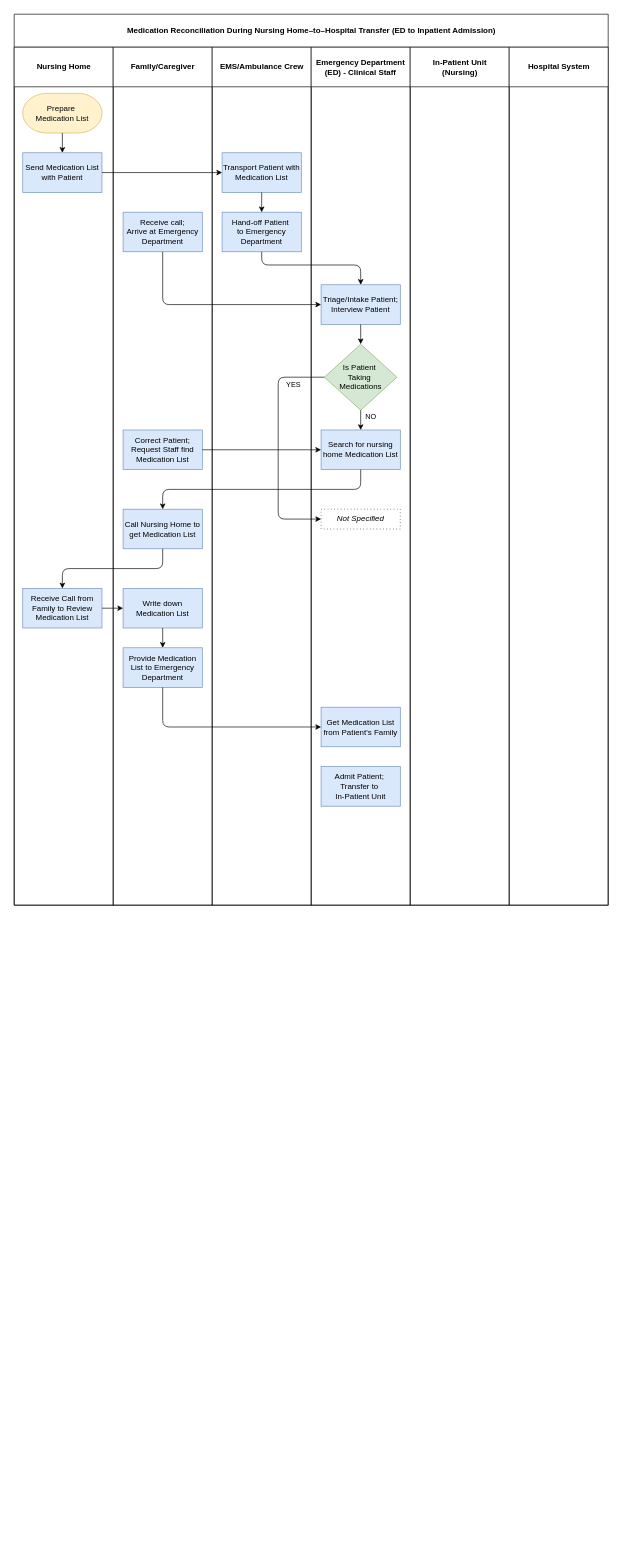
Before: Process Chart.drawio in melmirasol/Case-Problem-6.2, a draw.io diagram. Source tidied: cells renumbered, new cells numbered last; positions are measured from the earlier drawing's top-left corner, leaving out a move shared by most shapes. Both pictures are drawn from the tidied source at 66%, with x=0, y=0 at pixel (14, 14).
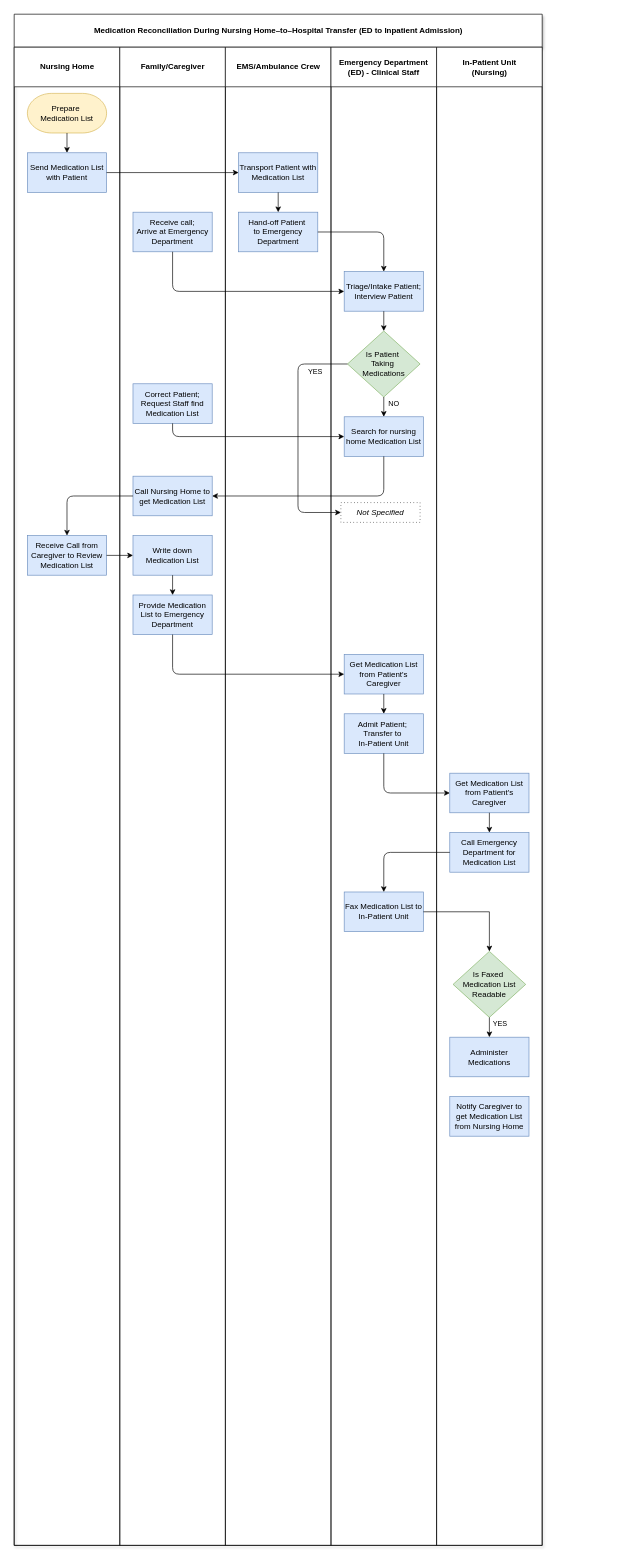
The same page after the edit.

Diff of the diagram source:
```diff
@@
-    <mxCell id="2" value="Medication Reconciliation During Nursing Home–to–Hospital Transfer (ED to Inpatient Admission)" style="swimlane;startSize=50;html=1;" parent="1" vertex="1">
-      <mxGeometry width="900" height="1350" as="geometry" />
+    <mxCell id="2" value="Medication Reconciliation During Nursing Home–to–Hospital Transfer (ED to Inpatient Admission)" style="swimlane;startSize=50;html=1;shadow=1;" parent="1" vertex="1">
+      <mxGeometry width="800" height="2320" as="geometry" />
     </mxCell>
     <mxCell id="3" value="Nursing Home" style="swimlane;startSize=60;html=1;" parent="2" vertex="1">
-      <mxGeometry y="50" width="150" height="1300" as="geometry" />
+      <mxGeometry y="50" width="160" height="2270" as="geometry" />
     </mxCell>
     <mxCell id="4" value="Prepare&amp;nbsp;&lt;div&gt;Medication List&lt;/div&gt;" style="strokeWidth=1;html=1;shape=mxgraph.flowchart.terminator;whiteSpace=wrap;fillColor=#fff2cc;strokeColor=#d6b656;" parent="3" vertex="1">
-      <mxGeometry x="13" y="70" width="120" height="60" as="geometry" />
+      <mxGeometry x="20" y="70" width="120" height="60" as="geometry" />
     </mxCell>
     <mxCell id="5" value="Send Medication List with Patient" style="rounded=0;whiteSpace=wrap;html=1;fillColor=#dae8fc;strokeColor=#6c8ebf;" parent="3" vertex="1">
-      <mxGeometry x="13" y="160" width="120" height="60" as="geometry" />
+      <mxGeometry x="20" y="160" width="120" height="60" as="geometry" />
     </mxCell>
@@
-    <mxCell id="7" value="Receive Call from Family to Review Medication List" style="rounded=0;whiteSpace=wrap;html=1;fillColor=#dae8fc;strokeColor=#6c8ebf;" parent="3" vertex="1">
-      <mxGeometry x="13" y="820" width="120" height="60" as="geometry" />
+    <mxCell id="7" value="Receive Call from Caregiver to Review Medication List" style="rounded=0;whiteSpace=wrap;html=1;fillColor=#dae8fc;strokeColor=#6c8ebf;" parent="3" vertex="1">
+      <mxGeometry x="20" y="740" width="120" height="60" as="geometry" />
     </mxCell>
     <mxCell id="8" value="Family/Caregiver" style="swimlane;startSize=60;html=1;" parent="2" vertex="1">
-      <mxGeometry x="150" y="50" width="150" height="1300" as="geometry" />
+      <mxGeometry x="160" y="50" width="160" height="2270" as="geometry" />
     </mxCell>
     <mxCell id="9" value="Receive call;&lt;div&gt;Arrive at&amp;nbsp;&lt;span style=&quot;background-color: transparent; color: light-dark(rgb(0, 0, 0), rgb(255, 255, 255));&quot;&gt;Emergency Department&lt;/span&gt;&lt;/div&gt;" style="rounded=0;whiteSpace=wrap;html=1;fillColor=#dae8fc;strokeColor=#6c8ebf;" parent="8" vertex="1">
-      <mxGeometry x="15" y="250" width="120" height="60" as="geometry" />
+      <mxGeometry x="20" y="250" width="120" height="60" as="geometry" />
     </mxCell>
     <mxCell id="10" value="Correct Patient;&lt;div&gt;Request Staff find Medication List&lt;/div&gt;" style="rounded=0;whiteSpace=wrap;html=1;fillColor=#dae8fc;strokeColor=#6c8ebf;" parent="8" vertex="1">
-      <mxGeometry x="15" y="580" width="120" height="60" as="geometry" />
+      <mxGeometry x="20" y="510" width="120" height="60" as="geometry" />
     </mxCell>
     <mxCell id="11" value="Call Nursing Home to get&amp;nbsp;&lt;span style=&quot;background-color: transparent; color: light-dark(rgb(0, 0, 0), rgb(255, 255, 255));&quot;&gt;Medication List&lt;/span&gt;" style="rounded=0;whiteSpace=wrap;html=1;fillColor=#dae8fc;strokeColor=#6c8ebf;" parent="8" vertex="1">
-      <mxGeometry x="15" y="700" width="120" height="60" as="geometry" />
+      <mxGeometry x="20" y="650" width="120" height="60" as="geometry" />
     </mxCell>
     <mxCell id="12" value="Write down Medication List" style="rounded=0;whiteSpace=wrap;html=1;fillColor=#dae8fc;strokeColor=#6c8ebf;" parent="8" vertex="1">
-      <mxGeometry x="15" y="820" width="120" height="60" as="geometry" />
+      <mxGeometry x="20" y="740" width="120" height="60" as="geometry" />
     </mxCell>
     <mxCell id="13" value="&lt;span style=&quot;background-color: transparent; color: light-dark(rgb(0, 0, 0), rgb(255, 255, 255));&quot;&gt;Provide Medication List to Emergency Department&lt;/span&gt;" style="rounded=0;whiteSpace=wrap;html=1;fillColor=#dae8fc;strokeColor=#6c8ebf;" parent="8" vertex="1">
-      <mxGeometry x="15" y="910" width="120" height="60" as="geometry" />
+      <mxGeometry x="20" y="830" width="120" height="60" as="geometry" />
     </mxCell>
@@
     <mxCell id="15" value="EMS/Ambulance Crew" style="swimlane;startSize=60;html=1;" parent="2" vertex="1">
-      <mxGeometry x="300" y="50" width="150" height="1300" as="geometry" />
+      <mxGeometry x="320" y="50" width="160" height="2270" as="geometry" />
     </mxCell>
     <mxCell id="16" value="Transport Patient with Medication List" style="rounded=0;whiteSpace=wrap;html=1;fillColor=#dae8fc;strokeColor=#6c8ebf;" parent="15" vertex="1">
-      <mxGeometry x="15" y="160" width="120" height="60" as="geometry" />
+      <mxGeometry x="20" y="160" width="120" height="60" as="geometry" />
     </mxCell>
     <mxCell id="17" value="Hand-off Patient&amp;nbsp;&lt;div&gt;to Emergency Department&lt;/div&gt;" style="rounded=0;whiteSpace=wrap;html=1;fillColor=#dae8fc;strokeColor=#6c8ebf;" parent="15" vertex="1">
-      <mxGeometry x="15" y="250" width="120" height="60" as="geometry" />
+      <mxGeometry x="20" y="250" width="120" height="60" as="geometry" />
     </mxCell>
@@
     <mxCell id="19" value="Emergency Department (ED) -&amp;nbsp;&lt;span style=&quot;background-color: transparent; color: light-dark(rgb(0, 0, 0), rgb(255, 255, 255));&quot;&gt;Clinical&amp;nbsp;Staff&lt;/span&gt;" style="swimlane;startSize=60;html=1;whiteSpace=wrap;" parent="2" vertex="1">
-      <mxGeometry x="450" y="50" width="150" height="1300" as="geometry" />
+      <mxGeometry x="480" y="50" width="160" height="2270" as="geometry" />
     </mxCell>
     <mxCell id="20" value="Triage/Intake Patient; Interview Patient" style="rounded=0;whiteSpace=wrap;html=1;fillColor=#dae8fc;strokeColor=#6c8ebf;" parent="19" vertex="1">
-      <mxGeometry x="15" y="360" width="120" height="60" as="geometry" />
+      <mxGeometry x="20" y="340" width="120" height="60" as="geometry" />
     </mxCell>
     <mxCell id="21" value="Is Patient&amp;nbsp;&lt;div&gt;&lt;span style=&quot;background-color: transparent; color: light-dark(rgb(0, 0, 0), rgb(255, 255, 255));&quot;&gt;Taking&amp;nbsp;&lt;/span&gt;&lt;div&gt;Medications&lt;/div&gt;&lt;/div&gt;" style="rhombus;whiteSpace=wrap;html=1;fillColor=#d5e8d4;strokeColor=#82b366;" parent="19" vertex="1">
-      <mxGeometry x="20" y="450" width="110" height="100" as="geometry" />
+      <mxGeometry x="25" y="430" width="110" height="100" as="geometry" />
     </mxCell>
@@
     <mxCell id="23" value="Search for nursing home Medication List" style="rounded=0;whiteSpace=wrap;html=1;fillColor=#dae8fc;strokeColor=#6c8ebf;" parent="19" vertex="1">
-      <mxGeometry x="15" y="580" width="120" height="60" as="geometry" />
+      <mxGeometry x="20" y="560" width="120" height="60" as="geometry" />
     </mxCell>
@@
     <mxCell id="25" value="&lt;i&gt;Not Specified&lt;/i&gt;" style="rounded=0;whiteSpace=wrap;html=1;glass=0;strokeColor=default;dashed=1;dashPattern=1 4;" parent="19" vertex="1">
-      <mxGeometry x="15" y="700" width="120" height="30" as="geometry" />
+      <mxGeometry x="15" y="690" width="120" height="30" as="geometry" />
     </mxCell>
     <mxCell id="26" style="endArrow=classic;html=1;rounded=1;exitX=0;exitY=0.5;exitDx=0;exitDy=0;entryX=0;entryY=0.5;entryDx=0;entryDy=0;strokeColor=default;curved=0;" parent="19" edge="1" source="21" target="25">
       <mxGeometry relative="1" as="geometry">
         <Array as="points">
-          <mxPoint x="-50" y="500" />
-          <mxPoint x="-50" y="715" />
+          <mxPoint x="-50" y="480" />
+          <mxPoint x="-50" y="705" />
         </Array>
       </mxGeometry>
     </mxCell>
@@
-    <mxCell id="28" value="&lt;span style=&quot;background-color: transparent; color: light-dark(rgb(0, 0, 0), rgb(255, 255, 255));&quot;&gt;Get Medication List from Patient's Family&lt;/span&gt;" style="rounded=0;whiteSpace=wrap;html=1;fillColor=#dae8fc;strokeColor=#6c8ebf;" parent="19" vertex="1">
-      <mxGeometry x="15" y="1000" width="120" height="60" as="geometry" />
+    <mxCell id="28" value="&lt;span style=&quot;background-color: transparent; color: light-dark(rgb(0, 0, 0), rgb(255, 255, 255));&quot;&gt;Get Medication List from Patient's Caregiver&lt;/span&gt;" style="rounded=0;whiteSpace=wrap;html=1;fillColor=#dae8fc;strokeColor=#6c8ebf;" parent="19" vertex="1">
+      <mxGeometry x="20" y="920" width="120" height="60" as="geometry" />
     </mxCell>
     <mxCell id="29" value="&lt;span style=&quot;background-color: transparent; color: light-dark(rgb(0, 0, 0), rgb(255, 255, 255));&quot;&gt;Admit Patient;&amp;nbsp;&lt;/span&gt;&lt;div&gt;&lt;span style=&quot;background-color: transparent; color: light-dark(rgb(0, 0, 0), rgb(255, 255, 255));&quot;&gt;Transfer to&amp;nbsp;&lt;/span&gt;&lt;/div&gt;&lt;div&gt;&lt;span style=&quot;background-color: transparent; color: light-dark(rgb(0, 0, 0), rgb(255, 255, 255));&quot;&gt;In-Patient Unit&lt;/span&gt;&lt;/div&gt;" style="rounded=0;whiteSpace=wrap;html=1;fillColor=#dae8fc;strokeColor=#6c8ebf;" parent="19" vertex="1">
-      <mxGeometry x="15" y="1090" width="120" height="60" as="geometry" />
+      <mxGeometry x="20" y="1010" width="120" height="60" as="geometry" />
     </mxCell>
+    <mxCell id="40" style="endArrow=classic;html=1;rounded=0;exitX=0.5;exitY=1;exitDx=0;exitDy=0;entryX=0.5;entryY=0;entryDx=0;entryDy=0;" parent="19" edge="1" source="28" target="29">
+      <mxGeometry relative="1" as="geometry" />
+    </mxCell>
+    <mxCell id="41" value="&lt;span style=&quot;background-color: transparent; color: light-dark(rgb(0, 0, 0), rgb(255, 255, 255));&quot;&gt;Fax Medication List to In-Patient Unit&lt;/span&gt;" style="rounded=0;whiteSpace=wrap;html=1;fillColor=#dae8fc;strokeColor=#6c8ebf;" parent="19" vertex="1">
+      <mxGeometry x="20" y="1280" width="120" height="60" as="geometry" />
+    </mxCell>
     <mxCell id="30" value="In-Patient Unit&lt;div&gt;(Nursing)&lt;/div&gt;" style="swimlane;startSize=60;html=1;" parent="2" vertex="1">
-      <mxGeometry x="600" y="50" width="150" height="1300" as="geometry" />
+      <mxGeometry x="640" y="50" width="160" height="2270" as="geometry" />
     </mxCell>
-    <mxCell id="31" value="Hospital System" style="swimlane;startSize=60;html=1;" parent="2" vertex="1">
-      <mxGeometry x="750" y="50" width="150" height="1300" as="geometry" />
-    </mxCell>
+    <mxCell id="42" value="&lt;span style=&quot;background-color: transparent; color: light-dark(rgb(0, 0, 0), rgb(255, 255, 255));&quot;&gt;Get Medication List from Patient's Caregiver&lt;/span&gt;" style="rounded=0;whiteSpace=wrap;html=1;fillColor=#dae8fc;strokeColor=#6c8ebf;" parent="30" vertex="1">
+      <mxGeometry x="20" y="1100" width="120" height="60" as="geometry" />
+    </mxCell>
+    <mxCell id="43" value="&lt;span style=&quot;background-color: transparent; color: light-dark(rgb(0, 0, 0), rgb(255, 255, 255));&quot;&gt;Call Emergency Department for Medication List&lt;/span&gt;" style="rounded=0;whiteSpace=wrap;html=1;fillColor=#dae8fc;strokeColor=#6c8ebf;" parent="30" vertex="1">
+      <mxGeometry x="20" y="1190" width="120" height="60" as="geometry" />
+    </mxCell>
+    <mxCell id="44" style="endArrow=classic;html=1;rounded=0;exitX=0.5;exitY=1;exitDx=0;exitDy=0;entryX=0.5;entryY=0;entryDx=0;entryDy=0;" parent="30" edge="1" source="42" target="43">
+      <mxGeometry relative="1" as="geometry" />
+    </mxCell>
+    <mxCell id="45" value="Is Faxed&amp;nbsp;&lt;div&gt;Medication List Readable&lt;/div&gt;" style="rhombus;whiteSpace=wrap;html=1;fillColor=#d5e8d4;strokeColor=#82b366;" parent="30" vertex="1">
+      <mxGeometry x="25" y="1370" width="110" height="100" as="geometry" />
+    </mxCell>
+    <mxCell id="46" value="&lt;span style=&quot;background-color: transparent; color: light-dark(rgb(0, 0, 0), rgb(255, 255, 255));&quot;&gt;Administer Medications&lt;/span&gt;" style="rounded=0;whiteSpace=wrap;html=1;fillColor=#dae8fc;strokeColor=#6c8ebf;" parent="30" vertex="1">
+      <mxGeometry x="20" y="1500" width="120" height="60" as="geometry" />
+    </mxCell>
+    <mxCell id="47" value="YES" style="endArrow=classic;html=1;rounded=0;exitX=0.5;exitY=1;exitDx=0;exitDy=0;entryX=0.5;entryY=0;entryDx=0;entryDy=0;" parent="30" edge="1" source="45" target="46">
+      <mxGeometry x="-0.33" y="16" relative="1" as="geometry" />
+    </mxCell>
+    <mxCell id="48" value="&lt;span style=&quot;background-color: transparent; color: light-dark(rgb(0, 0, 0), rgb(255, 255, 255));&quot;&gt;Notify Caregiver to get Medication List from Nursing Home&lt;/span&gt;" style="rounded=0;whiteSpace=wrap;html=1;fillColor=#dae8fc;strokeColor=#6c8ebf;" parent="30" vertex="1">
+      <mxGeometry x="20" y="1590" width="120" height="60" as="geometry" />
+    </mxCell>
@@
-    <mxCell id="33" style="endArrow=classic;html=1;rounded=1;exitX=0.5;exitY=1;exitDx=0;exitDy=0;entryX=0.5;entryY=0;entryDx=0;entryDy=0;curved=0;" parent="2" edge="1" source="17" target="20">
+    <mxCell id="33" style="endArrow=classic;html=1;rounded=1;exitX=1;exitY=0.5;exitDx=0;exitDy=0;entryX=0.5;entryY=0;entryDx=0;entryDy=0;curved=0;" parent="2" edge="1" source="17" target="20">
       <mxGeometry relative="1" as="geometry">
         <Array as="points">
-          <mxPoint x="375" y="380" />
-          <mxPoint x="525" y="380" />
+          <mxPoint x="560" y="330" />
         </Array>
       </mxGeometry>
     </mxCell>
     <mxCell id="34" style="endArrow=classic;html=1;rounded=1;entryX=0;entryY=0.5;entryDx=0;entryDy=0;exitX=0.5;exitY=1;exitDx=0;exitDy=0;curved=0;" parent="2" edge="1" source="9" target="20">
       <mxGeometry relative="1" as="geometry">
         <Array as="points">
-          <mxPoint x="225" y="440" />
+          <mxPoint x="240" y="420" />
         </Array>
       </mxGeometry>
     </mxCell>
-    <mxCell id="35" style="endArrow=classic;html=1;rounded=1;exitX=1;exitY=0.5;exitDx=0;exitDy=0;entryX=0;entryY=0.5;entryDx=0;entryDy=0;curved=0;" parent="2" edge="1" source="10" target="23">
-      <mxGeometry relative="1" as="geometry" />
+    <mxCell id="35" style="endArrow=classic;html=1;rounded=1;exitX=0.5;exitY=1;exitDx=0;exitDy=0;entryX=0;entryY=0.5;entryDx=0;entryDy=0;curved=0;" parent="2" edge="1" source="10" target="23">
+      <mxGeometry relative="1" as="geometry">
+        <Array as="points">
+          <mxPoint x="240" y="640" />
+        </Array>
+      </mxGeometry>
     </mxCell>
-    <mxCell id="36" style="endArrow=classic;html=1;rounded=1;exitX=0.5;exitY=1;exitDx=0;exitDy=0;entryX=0.5;entryY=0;entryDx=0;entryDy=0;curved=0;" parent="2" edge="1" source="23" target="11">
+    <mxCell id="36" style="endArrow=classic;html=1;rounded=1;exitX=0.5;exitY=1;exitDx=0;exitDy=0;entryX=1;entryY=0.5;entryDx=0;entryDy=0;curved=0;" parent="2" edge="1" source="23" target="11">
       <mxGeometry relative="1" as="geometry">
         <Array as="points">
-          <mxPoint x="525" y="720" />
-          <mxPoint x="225" y="720" />
+          <mxPoint x="560" y="730" />
         </Array>
       </mxGeometry>
     </mxCell>
-    <mxCell id="37" style="endArrow=classic;html=1;rounded=1;exitX=0.5;exitY=1;exitDx=0;exitDy=0;entryX=0.5;entryY=0;entryDx=0;entryDy=0;curved=0;" parent="2" edge="1" source="11" target="7">
+    <mxCell id="37" style="endArrow=classic;html=1;rounded=1;exitX=0;exitY=0.5;exitDx=0;exitDy=0;entryX=0.5;entryY=0;entryDx=0;entryDy=0;curved=0;" parent="2" edge="1" source="11" target="7">
       <mxGeometry relative="1" as="geometry">
         <Array as="points">
-          <mxPoint x="225" y="840" />
-          <mxPoint x="73" y="840" />
+          <mxPoint x="80" y="730" />
         </Array>
       </mxGeometry>
     </mxCell>
@@
     <mxCell id="39" style="endArrow=classic;html=1;rounded=1;exitX=0.5;exitY=1;exitDx=0;exitDy=0;entryX=0;entryY=0.5;entryDx=0;entryDy=0;curved=0;" parent="2" edge="1" source="13" target="28">
       <mxGeometry relative="1" as="geometry">
         <Array as="points">
-          <mxPoint x="225" y="1080" />
+          <mxPoint x="240" y="1000" />
         </Array>
       </mxGeometry>
     </mxCell>
+    <mxCell id="49" style="endArrow=classic;html=1;rounded=1;exitX=0.5;exitY=1;exitDx=0;exitDy=0;entryX=0;entryY=0.5;entryDx=0;entryDy=0;curved=0;" parent="2" edge="1" source="29" target="42">
+      <mxGeometry relative="1" as="geometry">
+        <Array as="points">
+          <mxPoint x="560" y="1180" />
+        </Array>
+      </mxGeometry>
+    </mxCell>
+    <mxCell id="50" style="endArrow=classic;html=1;rounded=1;exitX=0;exitY=0.5;exitDx=0;exitDy=0;entryX=0.5;entryY=0;entryDx=0;entryDy=0;curved=0;" parent="2" edge="1" source="43" target="41">
+      <mxGeometry relative="1" as="geometry">
+        <Array as="points">
+          <mxPoint x="560" y="1270" />
+        </Array>
+      </mxGeometry>
+    </mxCell>
+    <mxCell id="51" style="endArrow=classic;html=1;rounded=0;exitX=1;exitY=0.5;exitDx=0;exitDy=0;entryX=0.5;entryY=0;entryDx=0;entryDy=0;" parent="2" edge="1" source="41" target="45">
+      <mxGeometry relative="1" as="geometry">
+        <Array as="points">
+          <mxPoint x="720" y="1360" />
+        </Array>
+      </mxGeometry>
+    </mxCell>
```
